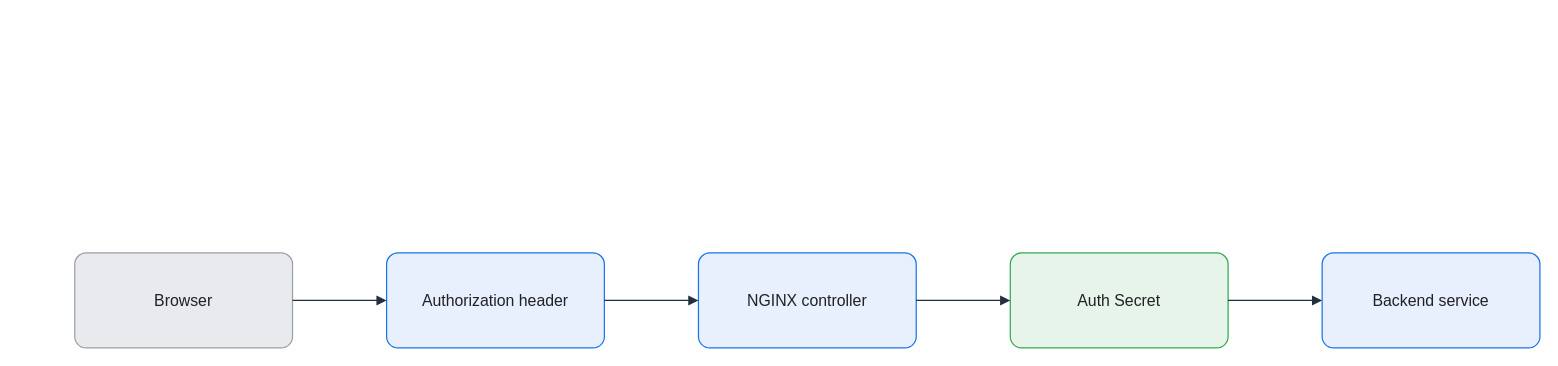
The draw.io diagram assets/img/kubernetes/nginx-basic-auth-flow.drawio in KKamJi98/kkamji98.github.io, before the edit. Source tidied: cells renumbered, new cells numbered last; positions are measured from the earlier drawing's top-left corner, leaving out a move shared by most shapes. Both pictures are drawn from the tidied source at 99%, with x=0, y=0 at pixel (74, 252).
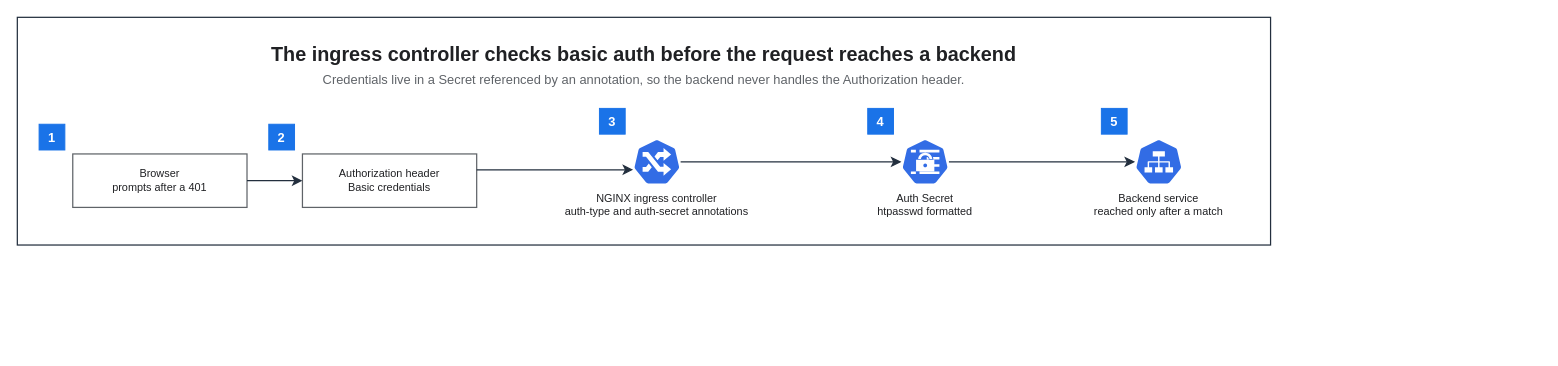
Above is the later version.

The edit, as a diff of the source:
```diff
@@
 <mxGraphModel background="#FFFFFF">
   <root>
     <mxCell id="0" />
     <mxCell id="1" parent="0" />
-    <mxCell id="2" value="Browser" style="rounded=1;arcSize=12;whiteSpace=wrap;html=0;fillColor=#E8EAED;strokeColor=#9AA0A6;strokeWidth=1.25;fontColor=#202124;fontSize=16;align=center;verticalAlign=middle;spacing=8;shadow=0;" parent="1" vertex="1">
-      <mxGeometry width="220" height="96" as="geometry" />
-    </mxCell>
-    <mxCell id="3" value="Authorization header" style="rounded=1;arcSize=12;whiteSpace=wrap;html=0;fillColor=#E8F0FE;strokeColor=#1A73E8;strokeWidth=1.25;fontColor=#202124;fontSize=16;align=center;verticalAlign=middle;spacing=8;shadow=0;" parent="1" vertex="1">
-      <mxGeometry x="315" width="220" height="96" as="geometry" />
-    </mxCell>
-    <mxCell id="4" value="NGINX controller" style="rounded=1;arcSize=12;whiteSpace=wrap;html=0;fillColor=#E8F0FE;strokeColor=#1A73E8;strokeWidth=1.25;fontColor=#202124;fontSize=16;align=center;verticalAlign=middle;spacing=8;shadow=0;" parent="1" vertex="1">
-      <mxGeometry x="630" width="220" height="96" as="geometry" />
-    </mxCell>
-    <mxCell id="5" value="Auth Secret" style="rounded=1;arcSize=12;whiteSpace=wrap;html=0;fillColor=#E6F4EA;strokeColor=#34A853;strokeWidth=1.25;fontColor=#202124;fontSize=16;align=center;verticalAlign=middle;spacing=8;shadow=0;" parent="1" vertex="1">
-      <mxGeometry x="945" width="220" height="96" as="geometry" />
-    </mxCell>
-    <mxCell id="6" value="Backend service" style="rounded=1;arcSize=12;whiteSpace=wrap;html=0;fillColor=#E8F0FE;strokeColor=#1A73E8;strokeWidth=1.25;fontColor=#202124;fontSize=16;align=center;verticalAlign=middle;spacing=8;shadow=0;" parent="1" vertex="1">
-      <mxGeometry x="1260" width="220" height="96" as="geometry" />
-    </mxCell>
-    <mxCell id="7" style="edgeStyle=orthogonalEdgeStyle;rounded=0;jettySize=auto;html=0;endArrow=block;endFill=1;strokeColor=#232F3E;strokeWidth=1.25;fontColor=#202124;labelBackgroundColor=none;exitX=1;exitY=0.5;exitDx=0;exitDy=0;entryX=0;entryY=0.5;entryDx=0;entryDy=0;endSize=7;" parent="1" edge="1" source="2" target="3">
-      <mxGeometry relative="1" as="geometry" />
-    </mxCell>
-    <mxCell id="8" style="edgeStyle=orthogonalEdgeStyle;rounded=0;jettySize=auto;html=0;endArrow=block;endFill=1;strokeColor=#232F3E;strokeWidth=1.25;fontColor=#202124;labelBackgroundColor=none;exitX=1;exitY=0.5;exitDx=0;exitDy=0;entryX=0;entryY=0.5;entryDx=0;entryDy=0;endSize=7;" parent="1" edge="1" source="3" target="4">
-      <mxGeometry relative="1" as="geometry" />
-    </mxCell>
-    <mxCell id="9" style="edgeStyle=orthogonalEdgeStyle;rounded=0;jettySize=auto;html=0;endArrow=block;endFill=1;strokeColor=#232F3E;strokeWidth=1.25;fontColor=#202124;labelBackgroundColor=none;exitX=1;exitY=0.5;exitDx=0;exitDy=0;entryX=0;entryY=0.5;entryDx=0;entryDy=0;endSize=7;" parent="1" edge="1" source="4" target="5">
-      <mxGeometry relative="1" as="geometry" />
-    </mxCell>
-    <mxCell id="10" style="edgeStyle=orthogonalEdgeStyle;rounded=0;jettySize=auto;html=0;endArrow=block;endFill=1;strokeColor=#232F3E;strokeWidth=1.25;fontColor=#202124;labelBackgroundColor=none;exitX=1;exitY=0.5;exitDx=0;exitDy=0;entryX=0;entryY=0.5;entryDx=0;entryDy=0;endSize=7;" parent="1" edge="1" source="5" target="6">
-      <mxGeometry relative="1" as="geometry" />
-    </mxCell>
+    <mxCell id="11" style="rounded=0;html=0;fillColor=none;strokeColor=#232F3E;fontColor=#202124;strokeWidth=1.25;" parent="1" vertex="1">
+      <mxGeometry x="-58" y="-238" width="1265.9" height="230" as="geometry" />
+    </mxCell>
+    <mxCell id="12" value="The ingress controller checks basic auth before the request reaches a backend" style="text;html=0;whiteSpace=wrap;fillColor=none;strokeColor=none;fontColor=#202124;fontSize=20;fontStyle=1;align=center;verticalAlign=middle;" parent="1" vertex="1">
+      <mxGeometry x="-36" y="-216" width="1221.9" height="30" as="geometry" />
+    </mxCell>
+    <mxCell id="13" value="Credentials live in a Secret referenced by an annotation, so the backend never handles the Authorization header." style="text;html=0;whiteSpace=wrap;fillColor=none;strokeColor=none;fontColor=#5F6368;fontSize=13;fontStyle=0;align=center;verticalAlign=middle;" parent="1" vertex="1">
+      <mxGeometry x="-36" y="-186" width="1221.9" height="22" as="geometry" />
+    </mxCell>
+    <mxCell id="14" value="Browser&#10;prompts after a 401" style="rounded=0;whiteSpace=wrap;html=0;fillColor=#FFFFFF;strokeColor=#5F6368;fontColor=#202124;fontSize=11;fontStyle=0;align=center;verticalAlign=middle;spacingLeft=6;spacingRight=6;strokeWidth=1.25;" parent="1" vertex="1">
+      <mxGeometry x="-2" y="-100" width="176" height="54" as="geometry" />
+    </mxCell>
+    <mxCell id="15" value="Authorization header&#10;Basic credentials" style="rounded=0;whiteSpace=wrap;html=0;fillColor=#FFFFFF;strokeColor=#5F6368;fontColor=#202124;fontSize=11;fontStyle=0;align=center;verticalAlign=middle;spacingLeft=6;spacingRight=6;strokeWidth=1.25;" parent="1" vertex="1">
+      <mxGeometry x="230" y="-100" width="176" height="54" as="geometry" />
+    </mxCell>
+    <mxCell id="16" value="NGINX ingress controller&#10;auth-type and auth-secret annotations" style="sketch=0;outlineConnect=0;gradientColor=none;html=0;whiteSpace=nowrap;fontSize=11;fontStyle=0;fontColor=#202124;verticalLabelPosition=bottom;verticalAlign=top;align=center;labelBackgroundColor=none;fillColor=#326CE5;strokeColor=none;dashed=0;shape=mxgraph.kubernetes.icon;prIcon=ing;" parent="1" vertex="1">
+      <mxGeometry x="564" y="-116" width="48" height="48" as="geometry" />
+    </mxCell>
+    <mxCell id="17" value="Auth Secret&#10;htpasswd formatted" style="sketch=0;outlineConnect=0;gradientColor=none;html=0;whiteSpace=nowrap;fontSize=11;fontStyle=0;fontColor=#202124;verticalLabelPosition=bottom;verticalAlign=top;align=center;labelBackgroundColor=none;fillColor=#326CE5;strokeColor=none;dashed=0;shape=mxgraph.kubernetes.icon;prIcon=secret;" parent="1" vertex="1">
+      <mxGeometry x="835" y="-116" width="48" height="48" as="geometry" />
+    </mxCell>
+    <mxCell id="18" value="Backend service&#10;reached only after a match" style="sketch=0;outlineConnect=0;gradientColor=none;html=0;whiteSpace=nowrap;fontSize=11;fontStyle=0;fontColor=#202124;verticalLabelPosition=bottom;verticalAlign=top;align=center;labelBackgroundColor=none;fillColor=#326CE5;strokeColor=none;dashed=0;shape=mxgraph.kubernetes.icon;prIcon=svc;" parent="1" vertex="1">
+      <mxGeometry x="1071" y="-116" width="48" height="48" as="geometry" />
+    </mxCell>
+    <mxCell id="19" value="1" style="rounded=0;whiteSpace=wrap;html=0;fillColor=#1A73E8;strokeColor=#1A73E8;fontColor=#FFFFFF;fontSize=13;fontStyle=1;align=center;verticalAlign=middle;" parent="1" vertex="1">
+      <mxGeometry x="-36" y="-130" width="26" height="26" as="geometry" />
+    </mxCell>
+    <mxCell id="20" value="2" style="rounded=0;whiteSpace=wrap;html=0;fillColor=#1A73E8;strokeColor=#1A73E8;fontColor=#FFFFFF;fontSize=13;fontStyle=1;align=center;verticalAlign=middle;" parent="1" vertex="1">
+      <mxGeometry x="196" y="-130" width="26" height="26" as="geometry" />
+    </mxCell>
+    <mxCell id="21" value="3" style="rounded=0;whiteSpace=wrap;html=0;fillColor=#1A73E8;strokeColor=#1A73E8;fontColor=#FFFFFF;fontSize=13;fontStyle=1;align=center;verticalAlign=middle;" parent="1" vertex="1">
+      <mxGeometry x="530" y="-146" width="26" height="26" as="geometry" />
+    </mxCell>
+    <mxCell id="22" value="4" style="rounded=0;whiteSpace=wrap;html=0;fillColor=#1A73E8;strokeColor=#1A73E8;fontColor=#FFFFFF;fontSize=13;fontStyle=1;align=center;verticalAlign=middle;" parent="1" vertex="1">
+      <mxGeometry x="801" y="-146" width="26" height="26" as="geometry" />
+    </mxCell>
+    <mxCell id="23" value="5" style="rounded=0;whiteSpace=wrap;html=0;fillColor=#1A73E8;strokeColor=#1A73E8;fontColor=#FFFFFF;fontSize=13;fontStyle=1;align=center;verticalAlign=middle;" parent="1" vertex="1">
+      <mxGeometry x="1037" y="-146" width="26" height="26" as="geometry" />
+    </mxCell>
+    <mxCell id="24" style="edgeStyle=orthogonalEdgeStyle;rounded=0;html=0;strokeColor=#232F3E;strokeWidth=1.25;endArrow=classic;endFill=1;endSize=7;fontSize=11;fontColor=#202124;labelBackgroundColor=none;jettySize=14;exitX=1;exitY=0.5;entryX=0;entryY=0.5;exitDx=0;exitDy=0;entryDx=0;entryDy=0;" parent="1" edge="1" source="14" target="15">
+      <mxGeometry relative="1" as="geometry" />
+    </mxCell>
+    <mxCell id="25" style="edgeStyle=orthogonalEdgeStyle;rounded=0;html=0;strokeColor=#232F3E;strokeWidth=1.25;endArrow=classic;endFill=1;endSize=7;fontSize=11;fontColor=#202124;labelBackgroundColor=none;jettySize=14;exitX=1;exitY=0.2963;entryX=0;entryY=0.6667;exitDx=0;exitDy=0;entryDx=0;entryDy=0;" parent="1" edge="1" source="15" target="16">
+      <mxGeometry relative="1" as="geometry" />
+    </mxCell>
+    <mxCell id="26" style="edgeStyle=orthogonalEdgeStyle;rounded=0;html=0;strokeColor=#232F3E;strokeWidth=1.25;endArrow=classic;endFill=1;endSize=7;fontSize=11;fontColor=#202124;labelBackgroundColor=none;jettySize=14;exitX=1;exitY=0.5;entryX=0;entryY=0.5;exitDx=0;exitDy=0;entryDx=0;entryDy=0;" parent="1" edge="1" source="16" target="17">
+      <mxGeometry relative="1" as="geometry" />
+    </mxCell>
+    <mxCell id="27" style="edgeStyle=orthogonalEdgeStyle;rounded=0;html=0;strokeColor=#232F3E;strokeWidth=1.25;endArrow=classic;endFill=1;endSize=7;fontSize=11;fontColor=#202124;labelBackgroundColor=none;jettySize=14;exitX=1;exitY=0.5;entryX=0;entryY=0.5;exitDx=0;exitDy=0;entryDx=0;entryDy=0;" parent="1" edge="1" source="17" target="18">
+      <mxGeometry relative="1" as="geometry" />
+    </mxCell>
   </root>
 </mxGraphModel>
```
